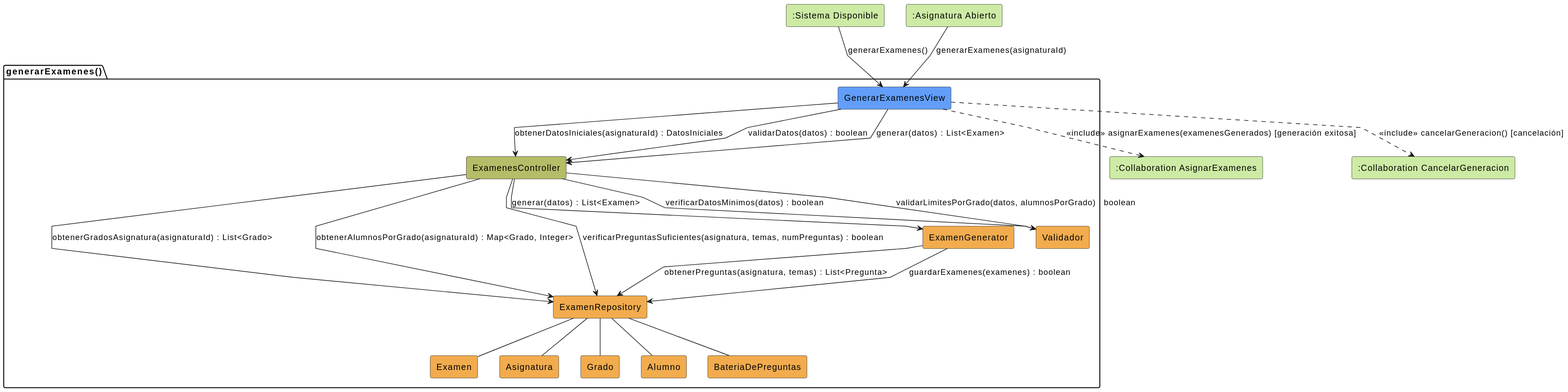
Before: images/analisis/generarExamenes/colaboracion.svg, a diagram exported from PlantUML (martinlopez7/25-26-idsw2-sdVC).
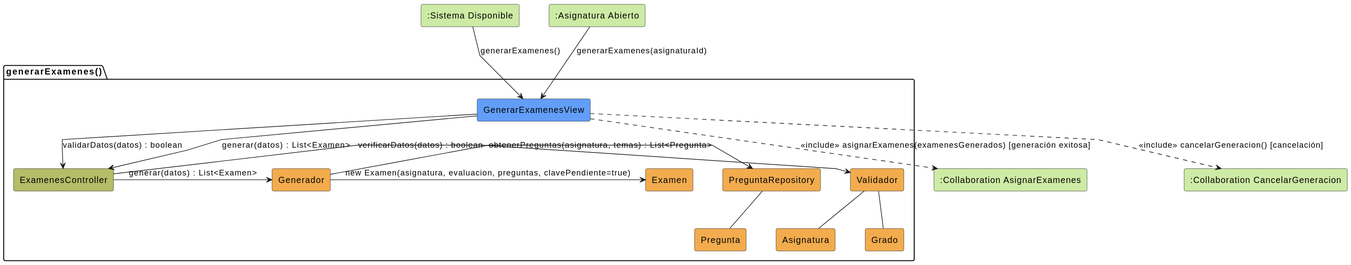
After the commit.

Diff of the diagram source:
```diff
@@ -9,43 +9,34 @@
 package generarExamenes as "generarExamenes()" {
     rectangle #629EF9 GenerarExamenesView
     rectangle #b5bd68 ExamenesController
-    rectangle #F2AC4E ExamenRepository
-    rectangle #F2AC4E ExamenGenerator
+    rectangle #F2AC4E Generador
     rectangle #F2AC4E Validador
     rectangle #F2AC4E Examen
     rectangle #F2AC4E Asignatura
     rectangle #F2AC4E Grado
-    rectangle #F2AC4E Alumno
-    rectangle #F2AC4E BateriaDePreguntas
+    rectangle #F2AC4E PreguntaRepository
+    rectangle #F2AC4E Pregunta
 }
 
 SistemaDisponible --> GenerarExamenesView: generarExamenes()
 AsignaturaAbierto --> GenerarExamenesView: generarExamenes(asignaturaId)
 
-GenerarExamenesView -d-> ExamenesController: obtenerDatosIniciales(asignaturaId) : DatosIniciales
+GenerarExamenesView -d-> ExamenesController: validarDatos(datos) : boolean
 
-ExamenesController --> ExamenRepository: obtenerGradosAsignatura(asignaturaId) : List<Grado>
-ExamenesController --> ExamenRepository: obtenerAlumnosPorGrado(asignaturaId) : Map<Grado, Integer>
-
-GenerarExamenesView --> ExamenesController: validarDatos(datos) : boolean
-
-ExamenesController --> Validador: verificarDatosMinimos(datos) : boolean
-ExamenesController --> Validador: validarLimitesPorGrado(datos, alumnosPorGrado) : boolean
-
-ExamenesController --> ExamenRepository: verificarPreguntasSuficientes(asignatura, temas, numPreguntas) : boolean
+ExamenesController -> Validador: verificarDatos(datos) : boolean
 
 GenerarExamenesView --> ExamenesController: generar(datos) : List<Examen>
 
-ExamenesController --> ExamenGenerator: generar(datos) : List<Examen>
+ExamenesController -> Generador: generar(datos) : List<Examen>
 
-ExamenGenerator --> ExamenRepository: obtenerPreguntas(asignatura, temas) : List<Pregunta>
-ExamenGenerator --> ExamenRepository: guardarExamenes(examenes) : boolean
+Generador -> PreguntaRepository: obtenerPreguntas(asignatura, temas) : List<Pregunta>
 
-ExamenRepository -- Asignatura
-ExamenRepository -- Grado
-ExamenRepository -- Alumno
-ExamenRepository -- BateriaDePreguntas
-ExamenRepository -- Examen
+Generador -> Examen: new Examen(asignatura, evaluacion, preguntas, clavePendiente=true)
+
+Validador -- Asignatura
+Validador -- Grado
+
+PreguntaRepository -- Pregunta
 
 GenerarExamenesView ..> AsignarExamenes: <<include>> asignarExamenes(examenesGenerados) [generación exitosa]
 GenerarExamenesView ..> CancelarGeneracion: <<include>> cancelarGeneracion() [cancelación]
```
